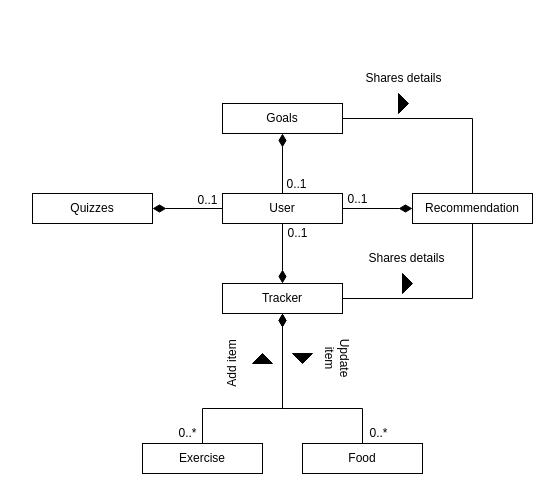
Above: Bare-bones_class_diagram.drawio in ahammond3aws/DC2SEN (draw.io), before the change. Source tidied: cells renumbered, new cells numbered last; positions are measured from the earlier drawing's top-left corner, leaving out a move shared by most shapes. Both pictures are drawn from the tidied source at 100%, with x=0, y=0 at pixel (32, 63).
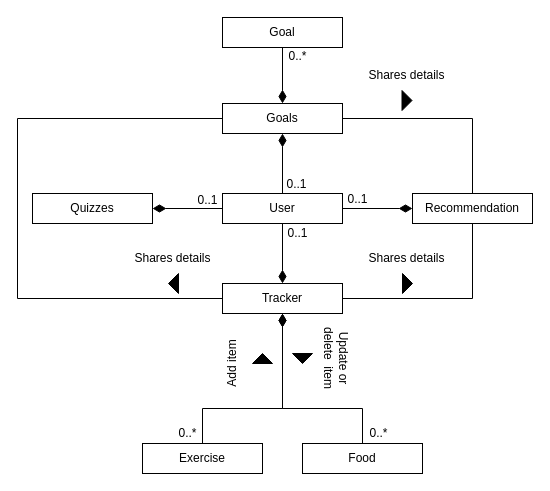
Above is the later version.

The change refers to these unchanged cells:
```xml
<mxCell id="5" value="Tracker" style="rounded=0;whiteSpace=wrap;html=1;" parent="1" vertex="1">
  <mxGeometry x="190" y="220" width="120" height="30" as="geometry" />
</mxCell>
<mxCell id="14" value="Goals" style="rounded=0;whiteSpace=wrap;html=1;" parent="1" vertex="1">
  <mxGeometry x="190" y="40" width="120" height="30" as="geometry" />
</mxCell>
```

Change to the diagram source:
```diff
@@
+    <mxCell id="31" style="edgeStyle=orthogonalEdgeStyle;rounded=0;jumpSize=6;jettySize=auto;html=1;exitX=0;exitY=0.5;exitDx=0;exitDy=0;entryX=0;entryY=0.5;entryDx=0;entryDy=0;strokeWidth=1;fontSize=12;startArrow=none;startFill=0;endArrow=none;endFill=0;startSize=6;endSize=11;" parent="1" edge="1" source="14" target="5">
+      <mxGeometry relative="1" as="geometry">
+        <Array as="points">
+          <mxPoint x="-15" y="55" />
+          <mxPoint x="-15" y="235" />
+        </Array>
+      </mxGeometry>
+    </mxCell>
@@
-    <mxCell id="26" value="Update item" style="text;html=1;strokeColor=none;fillColor=none;align=center;verticalAlign=middle;whiteSpace=wrap;rounded=0;fontSize=12;rotation=90;" parent="1" vertex="1">
-      <mxGeometry x="275" y="280" width="60" height="30" as="geometry" />
+    <mxCell id="26" value="Update or delete&amp;nbsp; item" style="text;html=1;strokeColor=none;fillColor=none;align=center;verticalAlign=middle;whiteSpace=wrap;rounded=0;fontSize=12;rotation=90;" parent="1" vertex="1">
+      <mxGeometry x="271" y="280" width="65" height="30" as="geometry" />
     </mxCell>
@@
     <mxCell id="28" style="triangle;whiteSpace=wrap;html=1;fontSize=12;fillColor=#000000;" parent="1" vertex="1">
-      <mxGeometry x="366" y="30" width="10" height="20" as="geometry" />
+      <mxGeometry x="369.5" y="27" width="10" height="20" as="geometry" />
     </mxCell>
     <mxCell id="29" value="Shares details" style="text;html=1;strokeColor=none;fillColor=none;align=center;verticalAlign=middle;whiteSpace=wrap;rounded=0;fontSize=12;" parent="1" vertex="1">
-      <mxGeometry x="331.5" width="79" height="30" as="geometry" />
+      <mxGeometry x="335" y="-3" width="79" height="30" as="geometry" />
     </mxCell>
@@
+    <mxCell id="32" style="edgeStyle=orthogonalEdgeStyle;rounded=0;jumpSize=6;jettySize=auto;html=1;exitX=0.5;exitY=1;exitDx=0;exitDy=0;entryX=0.5;entryY=0;entryDx=0;entryDy=0;strokeWidth=1;fontSize=12;startArrow=none;startFill=0;endArrow=diamondThin;endFill=1;startSize=6;endSize=11;" parent="1" edge="1" source="33" target="14">
+      <mxGeometry relative="1" as="geometry" />
+    </mxCell>
+    <mxCell id="33" value="Goal" style="rounded=0;whiteSpace=wrap;html=1;" parent="1" vertex="1">
+      <mxGeometry x="190" y="-46" width="120" height="30" as="geometry" />
+    </mxCell>
+    <mxCell id="34" value="0..*" style="text;html=1;align=center;verticalAlign=middle;strokeColor=none;fillColor=none;" parent="1" vertex="1">
+      <mxGeometry x="245" y="-22" width="40" height="30" as="geometry" />
+    </mxCell>
+    <mxCell id="35" style="triangle;whiteSpace=wrap;html=1;fontSize=12;fillColor=#000000;rotation=-180;" parent="1" vertex="1">
+      <mxGeometry x="136" y="210" width="10" height="20" as="geometry" />
+    </mxCell>
+    <mxCell id="36" value="Shares details" style="text;html=1;strokeColor=none;fillColor=none;align=center;verticalAlign=middle;whiteSpace=wrap;rounded=0;fontSize=12;" parent="1" vertex="1">
+      <mxGeometry x="101" y="180" width="79" height="30" as="geometry" />
+    </mxCell>
```
